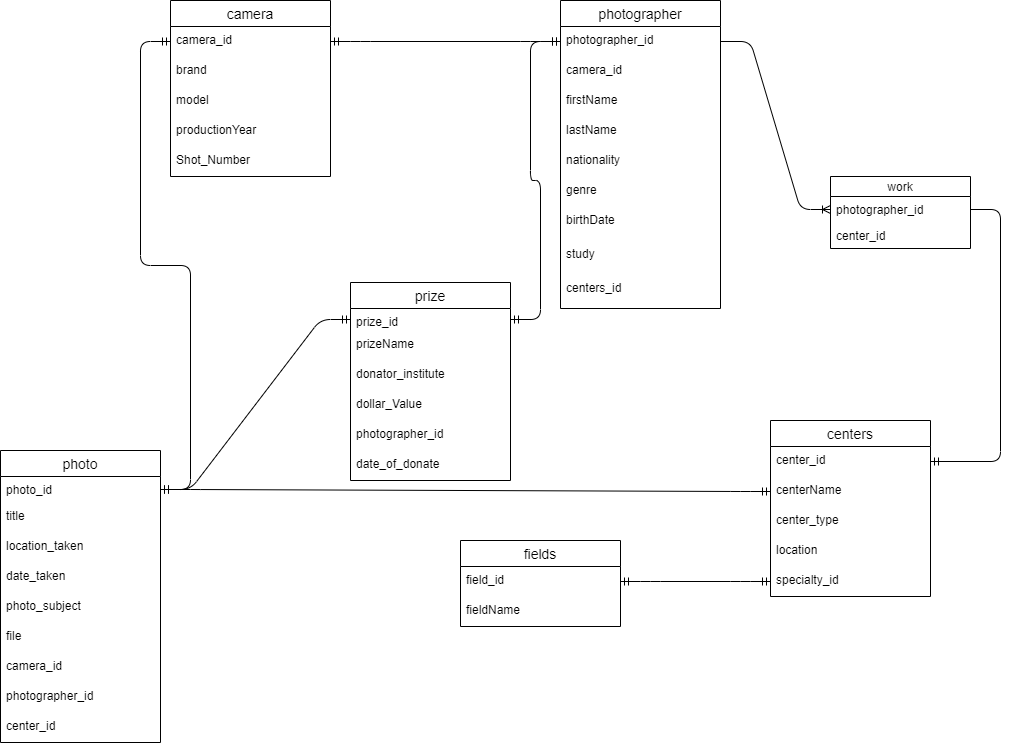
sepideh2020/ERD keeps this draw.io diagram as photography.png. Above is the earlier version. Source tidied: cells renumbered, new cells last; positions are measured from the earlier drawing's top-left corner, leaving out a move shared by most shapes.
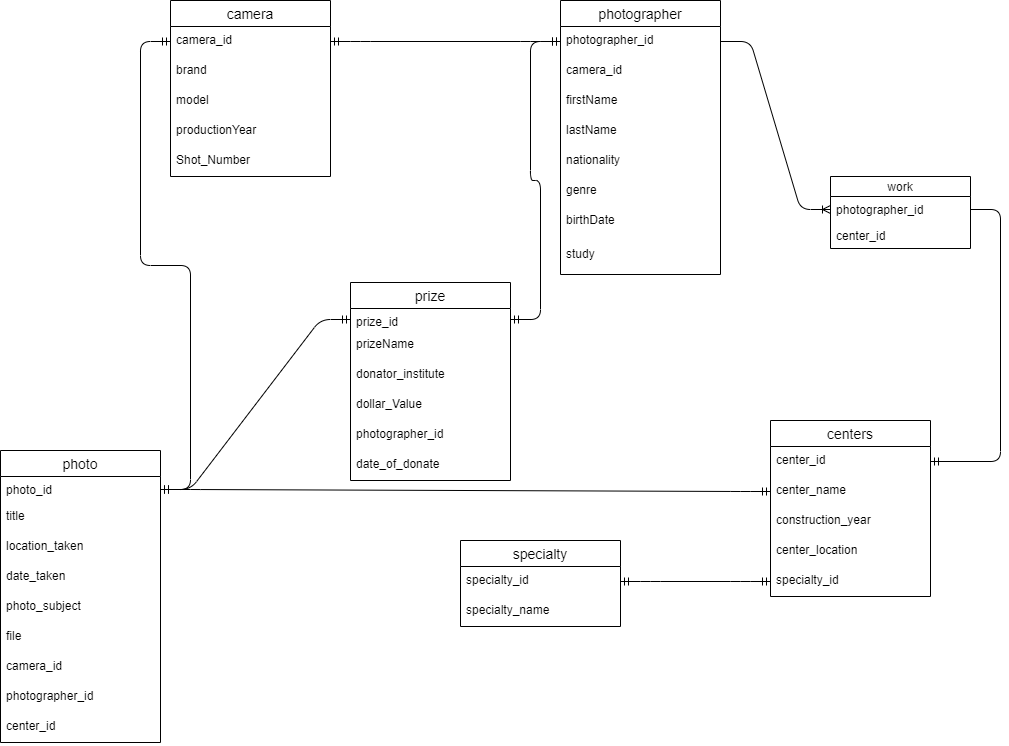
After the change.

What changed in the source:
```diff
@@ -3,7 +3,7 @@
     <mxCell id="0" />
     <mxCell id="1" parent="0" />
     <mxCell id="2" value="photographer" style="swimlane;fontStyle=0;horizontal=1;startSize=26;align=center;fontSize=14;" parent="1" vertex="1">
-      <mxGeometry x="560" width="160" height="308" as="geometry" />
+      <mxGeometry x="560" width="160" height="274" as="geometry" />
     </mxCell>
     <mxCell id="3" value="photographer_id" style="text;strokeColor=none;fillColor=none;spacingLeft=4;spacingRight=4;overflow=hidden;points=[[0,0.5],[1,0.5]];portConstraint=eastwest;fontSize=12;" parent="2" vertex="1">
       <mxGeometry y="26" width="160" height="30" as="geometry" />
@@ -29,9 +29,6 @@
     <mxCell id="10" value="study" style="text;strokeColor=none;fillColor=none;spacingLeft=4;spacingRight=4;overflow=hidden;fontSize=12;" parent="2" vertex="1">
       <mxGeometry y="240" width="160" height="34" as="geometry" />
     </mxCell>
-    <mxCell id="11" value="centers_id" style="text;strokeColor=none;fillColor=none;spacingLeft=4;spacingRight=4;overflow=hidden;fontSize=12;" parent="2" vertex="1">
-      <mxGeometry y="274" width="160" height="34" as="geometry" />
-    </mxCell>
     <mxCell id="12" value="camera" style="swimlane;fontStyle=0;horizontal=1;startSize=26;align=center;fontSize=14;" parent="1" vertex="1">
       <mxGeometry x="170" width="160" height="176" as="geometry" />
     </mxCell>
@@ -56,13 +53,13 @@
     <mxCell id="19" value="center_id" style="text;strokeColor=none;fillColor=none;spacingLeft=4;spacingRight=4;overflow=hidden;points=[[0,0.5],[1,0.5]];portConstraint=eastwest;fontSize=12;" parent="18" vertex="1">
       <mxGeometry y="26" width="160" height="30" as="geometry" />
     </mxCell>
-    <mxCell id="20" value="centerName" style="text;strokeColor=none;fillColor=none;spacingLeft=4;spacingRight=4;overflow=hidden;points=[[0,0.5],[1,0.5]];portConstraint=eastwest;fontSize=12;" parent="18" vertex="1">
+    <mxCell id="20" value="center_name" style="text;strokeColor=none;fillColor=none;spacingLeft=4;spacingRight=4;overflow=hidden;points=[[0,0.5],[1,0.5]];portConstraint=eastwest;fontSize=12;" parent="18" vertex="1">
       <mxGeometry y="56" width="160" height="30" as="geometry" />
     </mxCell>
-    <mxCell id="21" value="center_type" style="text;strokeColor=none;fillColor=none;spacingLeft=4;spacingRight=4;overflow=hidden;fontSize=12;" parent="18" vertex="1">
+    <mxCell id="21" value="construction_year" style="text;strokeColor=none;fillColor=none;spacingLeft=4;spacingRight=4;overflow=hidden;fontSize=12;" parent="18" vertex="1">
       <mxGeometry y="86" width="160" height="30" as="geometry" />
     </mxCell>
-    <mxCell id="22" value="location" style="text;strokeColor=none;fillColor=none;spacingLeft=4;spacingRight=4;overflow=hidden;fontSize=12;" parent="18" vertex="1">
+    <mxCell id="22" value="center_location" style="text;strokeColor=none;fillColor=none;spacingLeft=4;spacingRight=4;overflow=hidden;fontSize=12;" parent="18" vertex="1">
       <mxGeometry y="116" width="160" height="30" as="geometry" />
     </mxCell>
     <mxCell id="23" value="specialty_id" style="text;strokeColor=none;fillColor=none;spacingLeft=4;spacingRight=4;overflow=hidden;points=[[0,0.5],[1,0.5]];portConstraint=eastwest;fontSize=12;" parent="18" vertex="1">
@@ -134,13 +131,13 @@
     <mxCell id="45" style="edgeStyle=entityRelationEdgeStyle;fontSize=12;html=1;endArrow=ERmandOne;startArrow=ERmandOne;exitX=1;exitY=0.5;exitDx=0;exitDy=0;entryX=0;entryY=0.5;entryDx=0;entryDy=0;" parent="1" edge="1" source="25" target="35">
       <mxGeometry relative="1" as="geometry" />
     </mxCell>
-    <mxCell id="46" value="fields" style="swimlane;fontStyle=0;horizontal=1;startSize=26;align=center;fontSize=14;" parent="1" vertex="1">
+    <mxCell id="46" value="specialty" style="swimlane;fontStyle=0;horizontal=1;startSize=26;align=center;fontSize=14;" parent="1" vertex="1">
       <mxGeometry x="460" y="540" width="160" height="86" as="geometry" />
     </mxCell>
-    <mxCell id="47" value="field_id" style="text;strokeColor=none;fillColor=none;spacingLeft=4;spacingRight=4;overflow=hidden;points=[[0,0.5],[1,0.5]];portConstraint=eastwest;fontSize=12;" parent="46" vertex="1">
+    <mxCell id="47" value="specialty_id" style="text;strokeColor=none;fillColor=none;spacingLeft=4;spacingRight=4;overflow=hidden;points=[[0,0.5],[1,0.5]];portConstraint=eastwest;fontSize=12;" parent="46" vertex="1">
       <mxGeometry y="26" width="160" height="30" as="geometry" />
     </mxCell>
-    <mxCell id="48" value="fieldName" style="text;strokeColor=none;fillColor=none;spacingLeft=4;spacingRight=4;overflow=hidden;fontSize=12;" parent="46" vertex="1">
+    <mxCell id="48" value="specialty_name" style="text;strokeColor=none;fillColor=none;spacingLeft=4;spacingRight=4;overflow=hidden;fontSize=12;" parent="46" vertex="1">
       <mxGeometry y="56" width="160" height="30" as="geometry" />
     </mxCell>
     <mxCell id="49" style="edgeStyle=entityRelationEdgeStyle;fontSize=12;html=1;endArrow=ERmandOne;startArrow=ERmandOne;exitX=1;exitY=0.5;exitDx=0;exitDy=0;entryX=0;entryY=0.5;entryDx=0;entryDy=0;" parent="1" edge="1" source="47" target="23">
```
